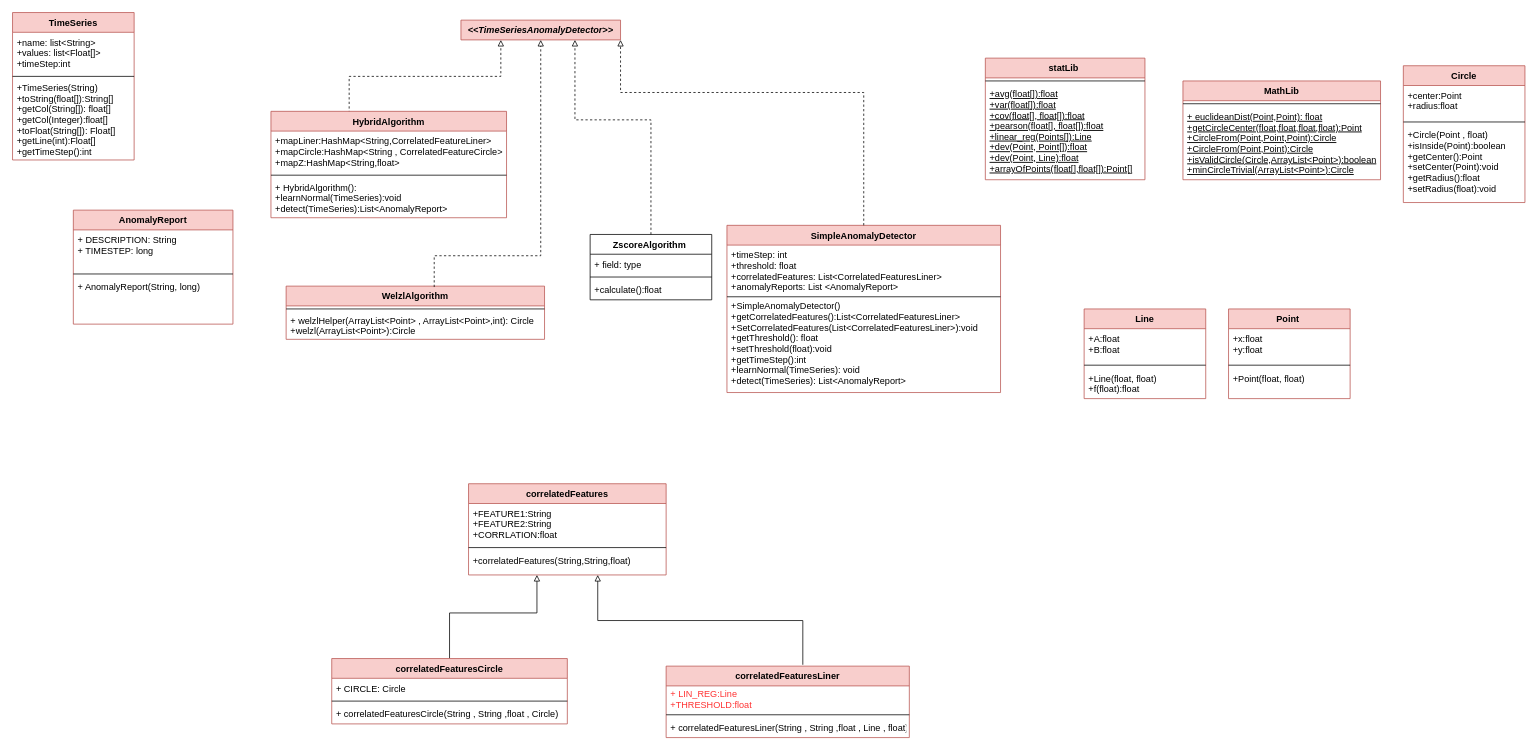
Above: page "Model- Statics" (3 of 3) of Class diagram/Backend class diagram.drawio in Eisen125/Patam-2 (draw.io), before the change. Source tidied: cells renumbered, new cells numbered last; positions are measured from the earlier drawing's top-left corner, leaving out a move shared by most shapes. Both pictures are drawn from the tidied source at 76%, with x=0, y=0 at pixel (12, 12).
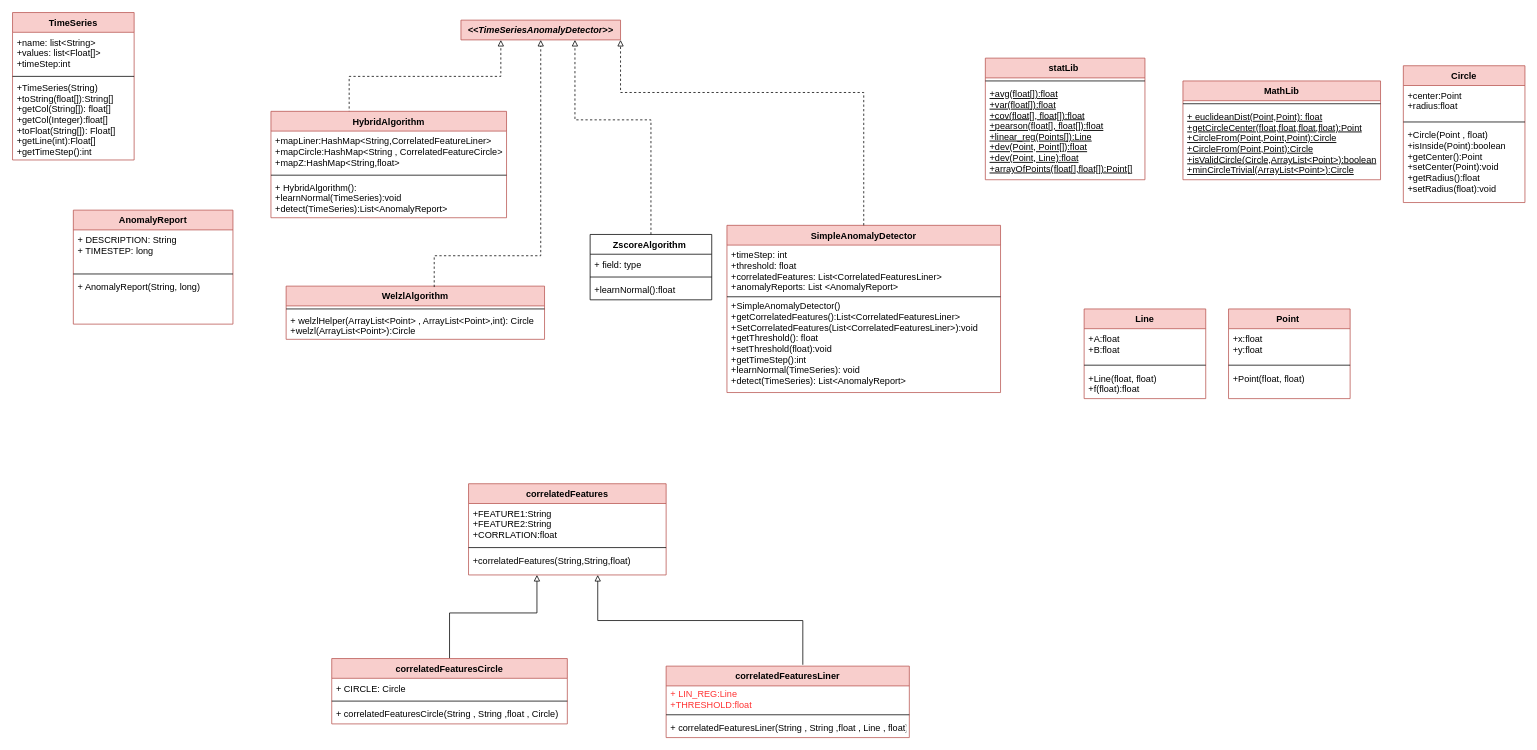
The same diagram, later.

Unchanged cells that the change refers to:
```xml
<mxCell id="3" value="ZscoreAlgorithm " style="swimlane;fontStyle=1;align=center;verticalAlign=top;horizontal=1;startSize=26;" parent="1" vertex="1">
  <mxGeometry x="760" y="292" width="160" height="86" as="geometry" />
</mxCell>
```

Diff of the diagram source:
```diff
@@
-    <mxCell id="6" value="+calculate():float&#10;  &#10; &#10;&#10;&#10;" style="text;strokeColor=none;fillColor=none;align=left;verticalAlign=top;spacingLeft=4;spacingRight=4;overflow=hidden;" parent="3" vertex="1">
+    <mxCell id="6" value="+learnNormal():float&#10;  &#10; &#10;&#10;&#10;" style="text;strokeColor=none;fillColor=none;align=left;verticalAlign=top;spacingLeft=4;spacingRight=4;overflow=hidden;" parent="3" vertex="1">
       <mxGeometry y="60" width="160" height="26" as="geometry" />
     </mxCell>
```
